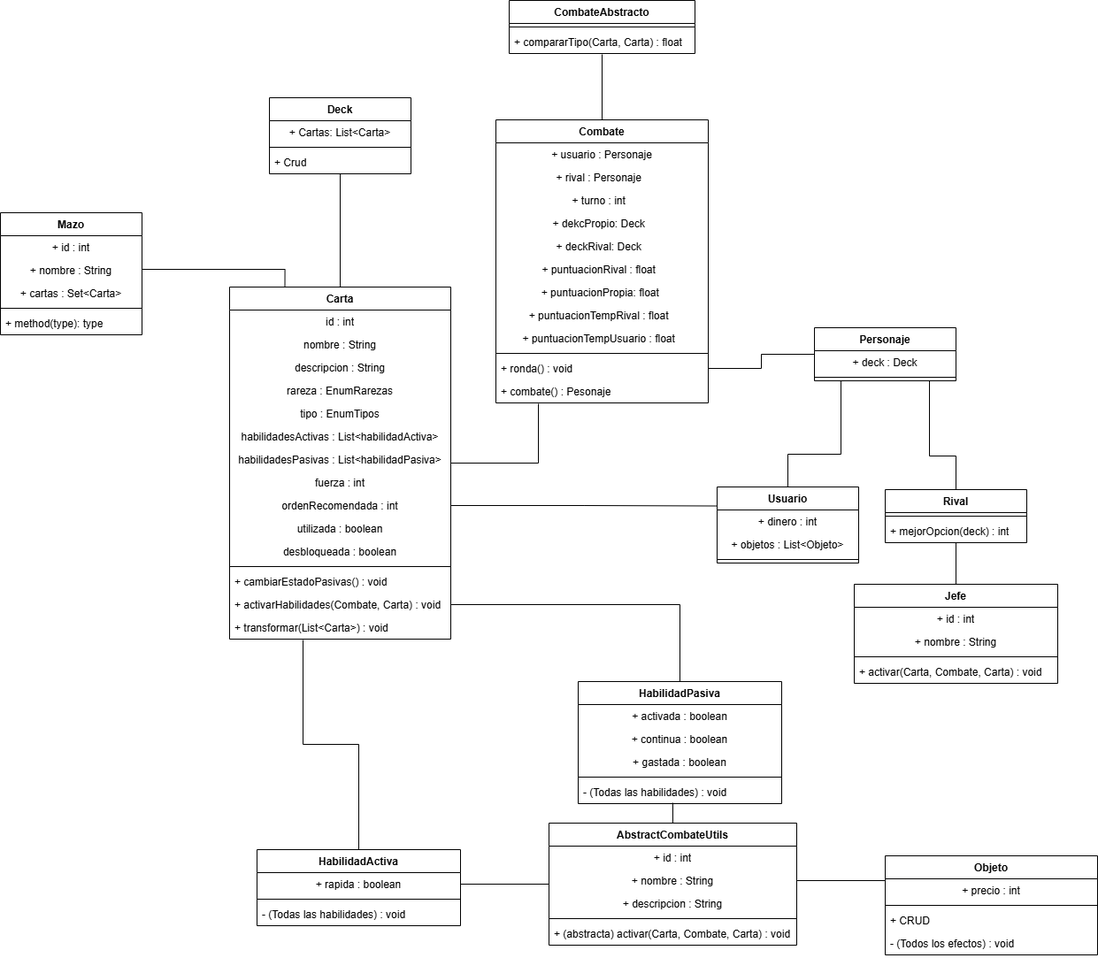
This is Imagenes/diagrama de clases.drawio.png from gian700/Beastdeck, a draw.io export, as it was before one commit. Source tidied: cells renumbered, new cells last; positions are measured from the earlier drawing's top-left corner, leaving out a move shared by most shapes.
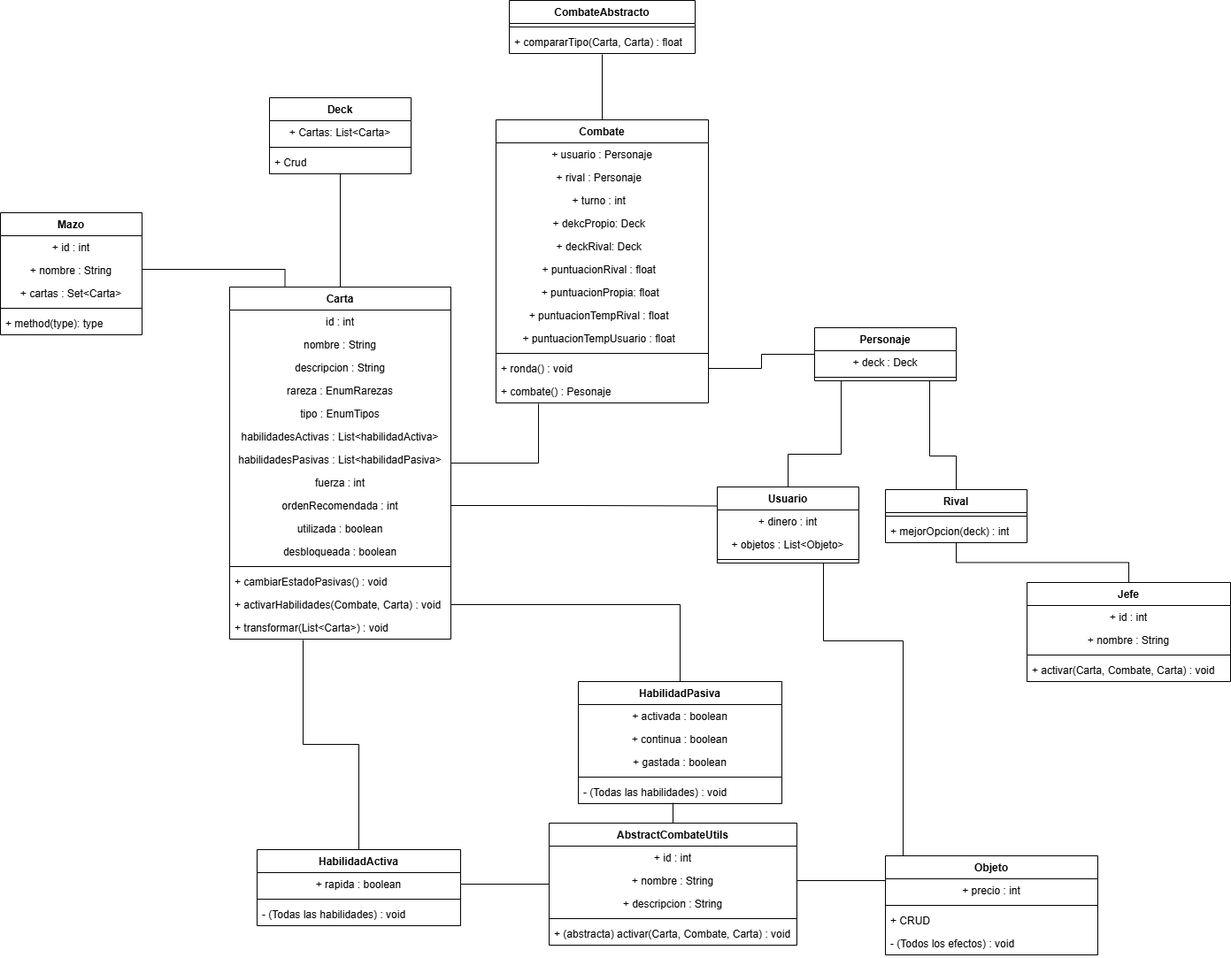
After the commit.

Diff of the diagram source:
```diff
@@ -117,7 +117,7 @@
       <mxGeometry y="294" width="240" height="26" as="geometry" />
     </mxCell>
     <mxCell id="40" value="Jefe" style="swimlane;fontStyle=1;align=center;verticalAlign=top;horizontal=1;startSize=26;whiteSpace=wrap;html=1;" parent="1" vertex="1">
-      <mxGeometry x="965" y="660" width="230" height="112" as="geometry" />
+      <mxGeometry x="1160" y="658" width="230" height="112" as="geometry" />
     </mxCell>
     <mxCell id="41" value="+ id : int" style="text;strokeColor=none;fillColor=none;align=center;verticalAlign=top;spacingLeft=4;spacingRight=4;overflow=hidden;whiteSpace=wrap;html=1;" parent="40" vertex="1">
       <mxGeometry y="26" width="230" height="26" as="geometry" />
@@ -189,6 +189,14 @@
     <mxCell id="62" value="+ mejorOpcion(deck) : int" style="text;strokeColor=none;fillColor=none;align=left;verticalAlign=top;spacingLeft=4;spacingRight=4;overflow=hidden;whiteSpace=wrap;html=1;" parent="60" vertex="1">
       <mxGeometry y="34" width="160" height="26" as="geometry" />
     </mxCell>
+    <mxCell id="94" style="edgeStyle=orthogonalEdgeStyle;rounded=0;jettySize=auto;html=1;entryX=0.75;entryY=1;entryDx=0;entryDy=0;endArrow=none;startFill=0;" parent="1" edge="1" source="63" target="45">
+      <mxGeometry relative="1" as="geometry">
+        <Array as="points">
+          <mxPoint x="1020" y="724" />
+          <mxPoint x="930" y="724" />
+        </Array>
+      </mxGeometry>
+    </mxCell>
     <mxCell id="63" value="Objeto" style="swimlane;fontStyle=1;align=center;verticalAlign=top;horizontal=1;startSize=26;whiteSpace=wrap;html=1;" parent="1" vertex="1">
       <mxGeometry x="1000" y="967" width="240" height="112" as="geometry" />
     </mxCell>
```
